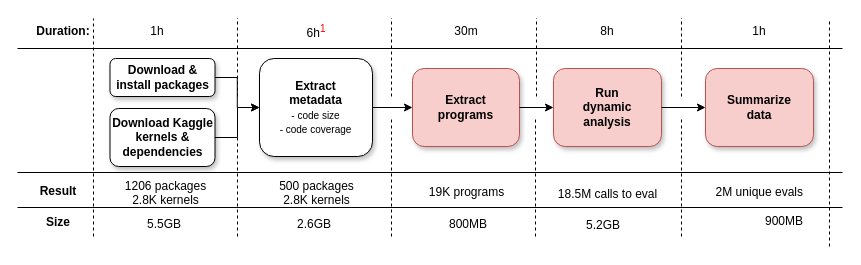
Above: inst/paper/img/pipeline.drawio in aviralg/revalstudy (draw.io), before the change. Source tidied: cells renumbered, new cells numbered last; positions are measured from the earlier drawing's top-left corner, leaving out a move shared by most shapes. Both pictures are drawn from the tidied source at 100%, with x=0, y=0 at pixel (17, 18).
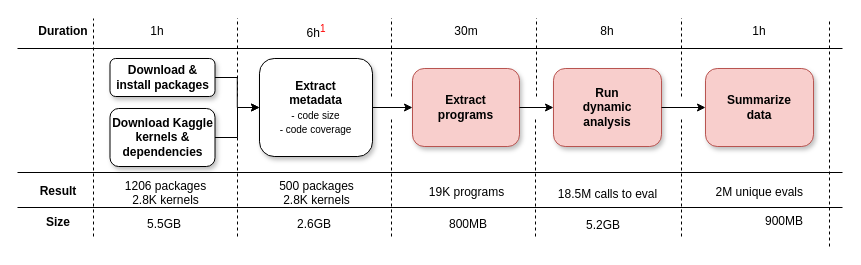
The same page after the edit.

Change to the diagram source:
```diff
@@
-    <mxCell id="21" value="Duration:" style="text;html=1;strokeColor=none;fillColor=none;align=center;verticalAlign=middle;whiteSpace=wrap;rounded=0;fontStyle=1;" parent="1" vertex="1">
+    <mxCell id="21" value="Duration" style="text;html=1;strokeColor=none;fillColor=none;align=center;verticalAlign=middle;whiteSpace=wrap;rounded=0;fontStyle=1;" parent="1" vertex="1">
       <mxGeometry x="21" y="3" width="50" height="20" as="geometry" />
     </mxCell>
```
